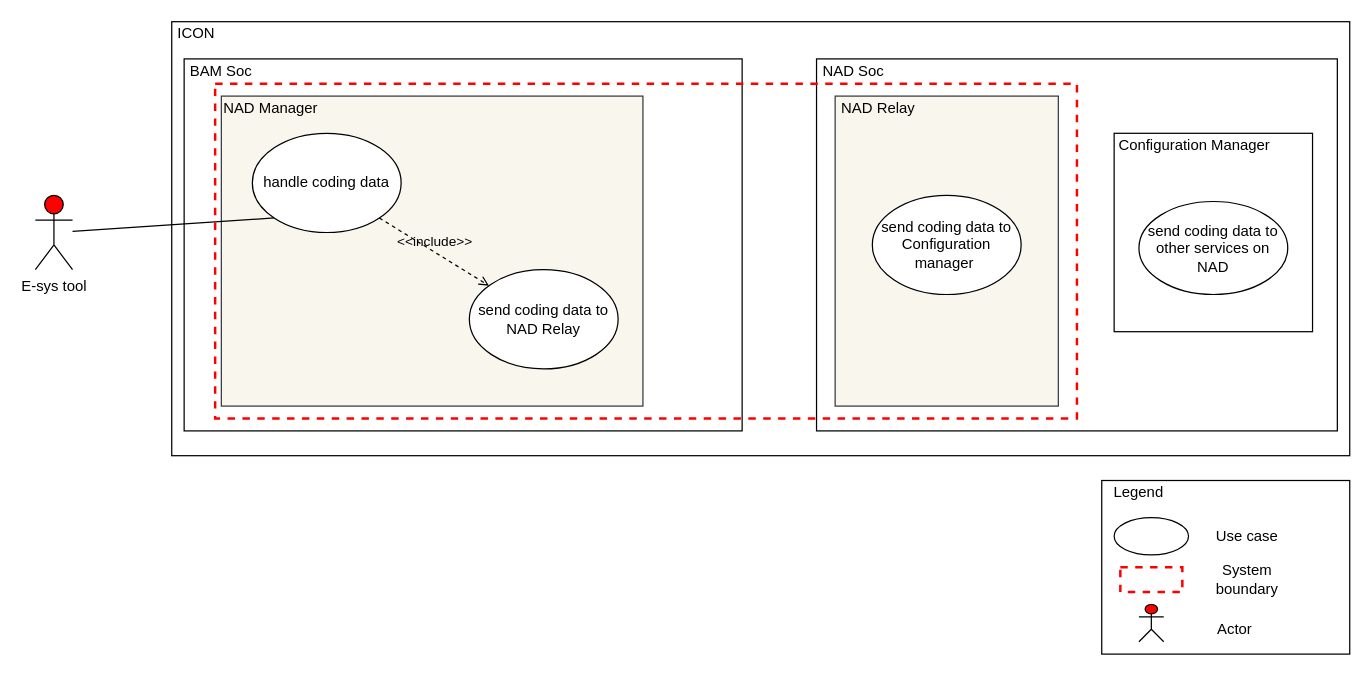
The draw.io diagram page "coding" (1 of 6) of doc/SA cert/Design/usecase.drawio in taikt/codefun, before the edit. Source tidied: cells renumbered, new cells numbered last; positions are measured from the earlier drawing's top-left corner, leaving out a move shared by most shapes. Both pictures are drawn from the tidied source at 124%, with x=0, y=0 at pixel (35, 21).
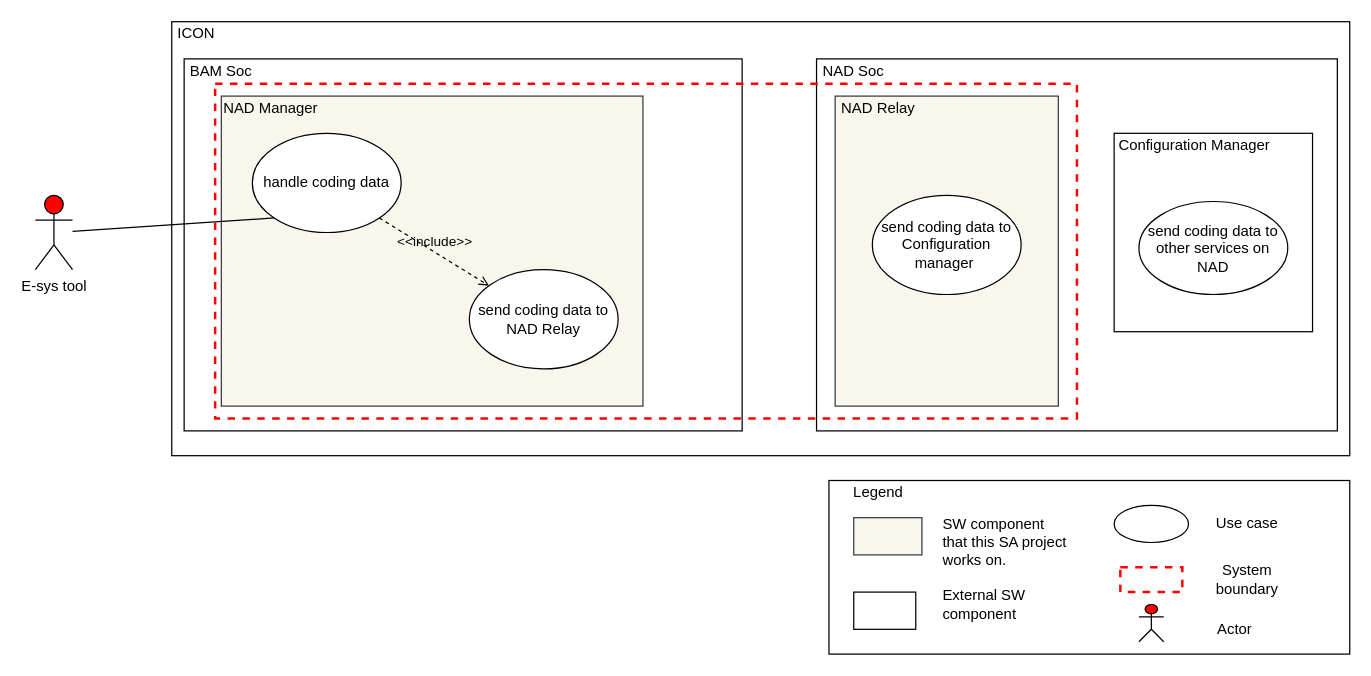
The same diagram, later.

Change to the diagram source:
```diff
@@
     <mxCell id="17" style="rounded=0;whiteSpace=wrap;html=1;strokeWidth=1;fillColor=none;" parent="1" vertex="1">
-      <mxGeometry x="860" y="370" width="200" height="140" as="geometry" />
+      <mxGeometry x="640" y="370" width="420" height="140" as="geometry" />
     </mxCell>
     <mxCell id="18" style="ellipse;whiteSpace=wrap;html=1;strokeColor=#000000;strokeWidth=1;fillColor=none;" parent="1" vertex="1">
-      <mxGeometry x="870" y="400" width="60" height="30" as="geometry" />
+      <mxGeometry x="870" y="390" width="60" height="30" as="geometry" />
     </mxCell>
     <mxCell id="19" value="Use case" style="text;html=1;strokeColor=none;fillColor=none;align=center;verticalAlign=middle;whiteSpace=wrap;rounded=0;" parent="1" vertex="1">
-      <mxGeometry x="945" y="405" width="65" height="20" as="geometry" />
+      <mxGeometry x="945" y="395" width="65" height="20" as="geometry" />
     </mxCell>
@@
     <mxCell id="24" value="Legend" style="text;html=1;strokeColor=none;fillColor=none;align=center;verticalAlign=middle;whiteSpace=wrap;rounded=0;" parent="1" vertex="1">
-      <mxGeometry x="870" y="370" width="40" height="20" as="geometry" />
+      <mxGeometry x="660" y="370" width="40" height="20" as="geometry" />
     </mxCell>
@@
+    <mxCell id="31" style="rounded=0;whiteSpace=wrap;html=1;fillColor=#f9f7ed;strokeColor=#36393d;" parent="1" vertex="1">
+      <mxGeometry x="660" y="400" width="55" height="30" as="geometry" />
+    </mxCell>
+    <mxCell id="32" value="SW component that this SA project works on." style="text;html=1;strokeColor=none;fillColor=none;align=left;verticalAlign=middle;whiteSpace=wrap;rounded=0;" parent="1" vertex="1">
+      <mxGeometry x="730" y="410" width="105" height="20" as="geometry" />
+    </mxCell>
+    <mxCell id="33" style="rounded=0;whiteSpace=wrap;html=1;" parent="1" vertex="1">
+      <mxGeometry x="660" y="460" width="50" height="30" as="geometry" />
+    </mxCell>
+    <mxCell id="34" value="External SW component" style="text;html=1;strokeColor=none;fillColor=none;align=left;verticalAlign=middle;whiteSpace=wrap;rounded=0;" parent="1" vertex="1">
+      <mxGeometry x="730" y="460" width="105" height="20" as="geometry" />
+    </mxCell>
```
